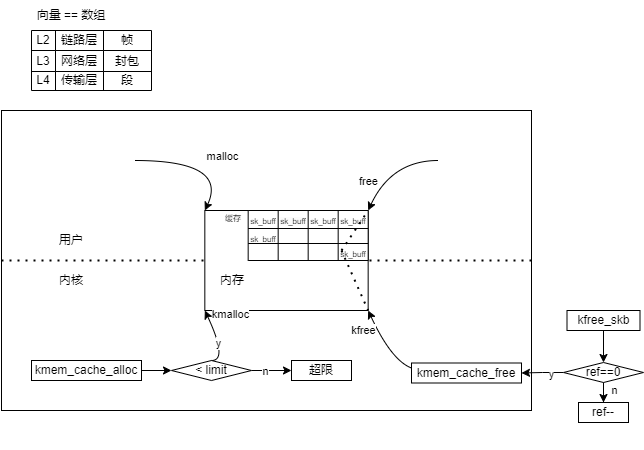
Above: 深入理解Linux网络/简介.drawio.png in nayitian/drawio (draw.io), before the change. Source tidied: cells renumbered, new cells last; positions are measured from the earlier drawing's top-left corner, leaving out a move shared by most shapes.
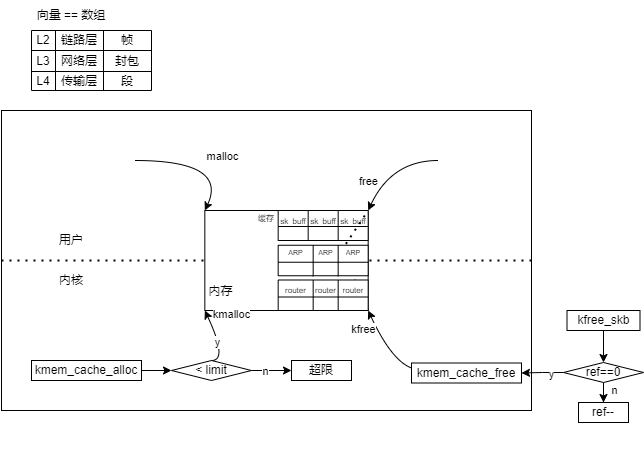
Later version of the same file.

The edit, as a diff of the source:
```diff
@@ -119,58 +119,37 @@
       </mxGeometry>
     </mxCell>
     <mxCell id="31" style="shape=table;startSize=0;" parent="16" vertex="1">
-      <mxGeometry x="206.7" y="100" width="120" height="50" as="geometry" />
+      <mxGeometry x="236.7" y="100" width="90" height="30" as="geometry" />
     </mxCell>
     <mxCell id="32" style="shape=tableRow;horizontal=0;startSize=0;swimlaneHead=0;swimlaneBody=0;strokeColor=inherit;top=0;left=0;bottom=0;right=0;fillColor=none;" parent="31" vertex="1">
-      <mxGeometry width="120" height="18" as="geometry" />
+      <mxGeometry width="90" height="16" as="geometry" />
     </mxCell>
     <mxCell id="33" value="&lt;span style=&quot;font-size: 8px;&quot;&gt;sk_buff&lt;/span&gt;" style="shape=partialRectangle;html=1;whiteSpace=wrap;strokeColor=inherit;overflow=hidden;fillColor=none;top=0;left=0;bottom=0;right=0;" parent="32" vertex="1">
-      <mxGeometry width="30" height="18" as="geometry" />
+      <mxGeometry width="30" height="16" as="geometry" />
     </mxCell>
     <mxCell id="34" value="&lt;span style=&quot;color: rgb(0, 0, 0); font-family: Helvetica; font-size: 8px; font-style: normal; font-variant-ligatures: normal; font-variant-caps: normal; font-weight: 400; letter-spacing: normal; orphans: 2; text-align: center; text-indent: 0px; text-transform: none; widows: 2; word-spacing: 0px; -webkit-text-stroke-width: 0px; white-space: normal; background-color: rgb(251, 251, 251); text-decoration-thickness: initial; text-decoration-style: initial; text-decoration-color: initial; display: inline !important; float: none;&quot;&gt;sk_buff&lt;/span&gt;" style="shape=partialRectangle;html=1;whiteSpace=wrap;strokeColor=inherit;overflow=hidden;fillColor=none;top=0;left=0;bottom=0;right=0;" parent="32" vertex="1">
-      <mxGeometry x="30" width="30" height="18" as="geometry" />
+      <mxGeometry x="30" width="30" height="16" as="geometry" />
     </mxCell>
     <mxCell id="35" value="&lt;span style=&quot;font-size: 8px;&quot;&gt;sk_buff&lt;/span&gt;" style="shape=partialRectangle;html=1;whiteSpace=wrap;strokeColor=inherit;overflow=hidden;fillColor=none;top=0;left=0;bottom=0;right=0;" parent="32" vertex="1">
-      <mxGeometry x="60" width="30" height="18" as="geometry" />
+      <mxGeometry x="60" width="30" height="16" as="geometry" />
     </mxCell>
-    <mxCell id="36" value="&lt;span style=&quot;font-size: 8px;&quot;&gt;sk_buff&lt;/span&gt;" style="shape=partialRectangle;html=1;whiteSpace=wrap;strokeColor=inherit;overflow=hidden;fillColor=none;top=0;left=0;bottom=0;right=0;" parent="32" vertex="1">
-      <mxGeometry x="90" width="30" height="18" as="geometry" />
-    </mxCell>
     <mxCell id="37" style="shape=tableRow;horizontal=0;startSize=0;swimlaneHead=0;swimlaneBody=0;strokeColor=inherit;top=0;left=0;bottom=0;right=0;fillColor=none;" parent="31" vertex="1">
-      <mxGeometry y="18" width="120" height="15" as="geometry" />
+      <mxGeometry y="16" width="90" height="14" as="geometry" />
     </mxCell>
-    <mxCell id="38" value="&lt;span style=&quot;font-size: 8px;&quot;&gt;sk_buff&lt;/span&gt;" style="shape=partialRectangle;html=1;whiteSpace=wrap;strokeColor=inherit;overflow=hidden;fillColor=none;top=0;left=0;bottom=0;right=0;" parent="37" vertex="1">
-      <mxGeometry width="30" height="15" as="geometry" />
+    <mxCell id="38" style="shape=partialRectangle;html=1;whiteSpace=wrap;strokeColor=inherit;overflow=hidden;fillColor=none;top=0;left=0;bottom=0;right=0;" parent="37" vertex="1">
+      <mxGeometry width="30" height="14" as="geometry" />
     </mxCell>
     <mxCell id="39" style="shape=partialRectangle;html=1;whiteSpace=wrap;strokeColor=inherit;overflow=hidden;fillColor=none;top=0;left=0;bottom=0;right=0;" parent="37" vertex="1">
-      <mxGeometry x="30" width="30" height="15" as="geometry" />
+      <mxGeometry x="30" width="30" height="14" as="geometry" />
     </mxCell>
     <mxCell id="40" style="shape=partialRectangle;html=1;whiteSpace=wrap;strokeColor=inherit;overflow=hidden;fillColor=none;top=0;left=0;bottom=0;right=0;" parent="37" vertex="1">
-      <mxGeometry x="60" width="30" height="15" as="geometry" />
+      <mxGeometry x="60" width="30" height="14" as="geometry" />
     </mxCell>
-    <mxCell id="41" style="shape=partialRectangle;html=1;whiteSpace=wrap;strokeColor=inherit;overflow=hidden;fillColor=none;top=0;left=0;bottom=0;right=0;" parent="37" vertex="1">
-      <mxGeometry x="90" width="30" height="15" as="geometry" />
-    </mxCell>
-    <mxCell id="42" style="shape=tableRow;horizontal=0;startSize=0;swimlaneHead=0;swimlaneBody=0;strokeColor=inherit;top=0;left=0;bottom=0;right=0;fillColor=none;" parent="31" vertex="1">
-      <mxGeometry y="33" width="120" height="17" as="geometry" />
-    </mxCell>
-    <mxCell id="43" style="shape=partialRectangle;html=1;whiteSpace=wrap;strokeColor=inherit;overflow=hidden;fillColor=none;top=0;left=0;bottom=0;right=0;" parent="42" vertex="1">
-      <mxGeometry width="30" height="17" as="geometry" />
-    </mxCell>
-    <mxCell id="44" style="shape=partialRectangle;html=1;whiteSpace=wrap;strokeColor=inherit;overflow=hidden;fillColor=none;top=0;left=0;bottom=0;right=0;" parent="42" vertex="1">
-      <mxGeometry x="30" width="30" height="17" as="geometry" />
-    </mxCell>
-    <mxCell id="45" style="shape=partialRectangle;html=1;whiteSpace=wrap;strokeColor=inherit;overflow=hidden;fillColor=none;top=0;left=0;bottom=0;right=0;" parent="42" vertex="1">
-      <mxGeometry x="60" width="30" height="17" as="geometry" />
-    </mxCell>
-    <mxCell id="46" value="&lt;span style=&quot;font-size: 8px;&quot;&gt;sk_buff&lt;/span&gt;" style="shape=partialRectangle;html=1;whiteSpace=wrap;strokeColor=inherit;overflow=hidden;fillColor=none;top=0;left=0;bottom=0;right=0;" parent="42" vertex="1">
-      <mxGeometry x="90" width="30" height="17" as="geometry" />
-    </mxCell>
     <mxCell id="47" value="内存" style="text;html=1;align=center;verticalAlign=middle;whiteSpace=wrap;rounded=0;" parent="16" vertex="1">
-      <mxGeometry x="121.3" y="132.5" width="140" height="75" as="geometry" />
+      <mxGeometry x="163.3" y="172.5" width="32.7" height="17.5" as="geometry" />
     </mxCell>
     <mxCell id="48" value="缓存" style="text;html=1;align=center;verticalAlign=middle;whiteSpace=wrap;rounded=0;fontSize=8;" parent="16" vertex="1">
-      <mxGeometry x="176.7" y="100" width="30" height="15" as="geometry" />
+      <mxGeometry x="210" y="100" width="30" height="15" as="geometry" />
     </mxCell>
     <mxCell id="49" style="endArrow=none;dashed=1;html=1;dashPattern=1 3;strokeWidth=2;rounded=0;entryX=1;entryY=1;entryDx=0;entryDy=0;" parent="16" edge="1" target="21">
       <mxGeometry relative="1" as="geometry">
@@ -203,6 +182,60 @@
     <mxCell id="57" value="超限" style="rounded=0;whiteSpace=wrap;html=1;" parent="16" vertex="1">
       <mxGeometry x="250" y="250" width="60" height="20" as="geometry" />
     </mxCell>
+    <mxCell id="66" style="shape=table;startSize=0;" parent="16" vertex="1">
+      <mxGeometry x="236.7" y="134.8" width="90" height="30.5" as="geometry" />
+    </mxCell>
+    <mxCell id="67" style="shape=tableRow;horizontal=0;startSize=0;swimlaneHead=0;swimlaneBody=0;strokeColor=inherit;top=0;left=0;bottom=0;right=0;fillColor=none;" parent="66" vertex="1">
+      <mxGeometry width="90" height="17" as="geometry" />
+    </mxCell>
+    <mxCell id="68" value="&lt;span style=&quot;font-size: 7px;&quot;&gt;ARP&lt;/span&gt;" style="shape=partialRectangle;html=1;whiteSpace=wrap;strokeColor=inherit;overflow=hidden;fillColor=none;top=0;left=0;bottom=0;right=0;fontSize=7;" parent="67" vertex="1">
+      <mxGeometry width="35" height="17" as="geometry" />
+    </mxCell>
+    <mxCell id="69" value="&lt;span style=&quot;font-size: 7px;&quot;&gt;ARP&lt;/span&gt;" style="shape=partialRectangle;html=1;whiteSpace=wrap;strokeColor=inherit;overflow=hidden;fillColor=none;top=0;left=0;bottom=0;right=0;fontSize=7;" parent="67" vertex="1">
+      <mxGeometry x="35" width="25" height="17" as="geometry" />
+    </mxCell>
+    <mxCell id="70" value="&lt;span style=&quot;font-size: 7px;&quot;&gt;ARP&lt;/span&gt;" style="shape=partialRectangle;html=1;whiteSpace=wrap;strokeColor=inherit;overflow=hidden;fillColor=none;top=0;left=0;bottom=0;right=0;fontSize=7;" parent="67" vertex="1">
+      <mxGeometry x="60" width="30" height="17" as="geometry" />
+    </mxCell>
+    <mxCell id="71" style="shape=tableRow;horizontal=0;startSize=0;swimlaneHead=0;swimlaneBody=0;strokeColor=inherit;top=0;left=0;bottom=0;right=0;fillColor=none;" parent="66" vertex="1">
+      <mxGeometry y="17" width="90" height="14" as="geometry" />
+    </mxCell>
+    <mxCell id="72" style="shape=partialRectangle;html=1;whiteSpace=wrap;strokeColor=inherit;overflow=hidden;fillColor=none;top=0;left=0;bottom=0;right=0;" parent="71" vertex="1">
+      <mxGeometry width="35" height="14" as="geometry" />
+    </mxCell>
+    <mxCell id="73" style="shape=partialRectangle;html=1;whiteSpace=wrap;strokeColor=inherit;overflow=hidden;fillColor=none;top=0;left=0;bottom=0;right=0;" parent="71" vertex="1">
+      <mxGeometry x="35" width="25" height="14" as="geometry" />
+    </mxCell>
+    <mxCell id="74" style="shape=partialRectangle;html=1;whiteSpace=wrap;strokeColor=inherit;overflow=hidden;fillColor=none;top=0;left=0;bottom=0;right=0;" parent="71" vertex="1">
+      <mxGeometry x="60" width="30" height="14" as="geometry" />
+    </mxCell>
+    <mxCell id="75" style="shape=table;startSize=0;" parent="16" vertex="1">
+      <mxGeometry x="236.7" y="169.5" width="90" height="30.5" as="geometry" />
+    </mxCell>
+    <mxCell id="76" style="shape=tableRow;horizontal=0;startSize=0;swimlaneHead=0;swimlaneBody=0;strokeColor=inherit;top=0;left=0;bottom=0;right=0;fillColor=none;" parent="75" vertex="1">
+      <mxGeometry width="90" height="17" as="geometry" />
+    </mxCell>
+    <mxCell id="77" value="&lt;span style=&quot;font-size: 8px;&quot;&gt;router&lt;/span&gt;" style="shape=partialRectangle;html=1;whiteSpace=wrap;strokeColor=inherit;overflow=hidden;fillColor=none;top=0;left=0;bottom=0;right=0;" parent="76" vertex="1">
+      <mxGeometry width="35" height="17" as="geometry" />
+    </mxCell>
+    <mxCell id="78" value="&lt;span style=&quot;font-size: 8px;&quot;&gt;router&lt;/span&gt;" style="shape=partialRectangle;html=1;whiteSpace=wrap;strokeColor=inherit;overflow=hidden;fillColor=none;top=0;left=0;bottom=0;right=0;" parent="76" vertex="1">
+      <mxGeometry x="35" width="25" height="17" as="geometry" />
+    </mxCell>
+    <mxCell id="79" value="&lt;span style=&quot;font-size: 8px;&quot;&gt;router&lt;/span&gt;" style="shape=partialRectangle;html=1;whiteSpace=wrap;strokeColor=inherit;overflow=hidden;fillColor=none;top=0;left=0;bottom=0;right=0;" parent="76" vertex="1">
+      <mxGeometry x="60" width="30" height="17" as="geometry" />
+    </mxCell>
+    <mxCell id="80" style="shape=tableRow;horizontal=0;startSize=0;swimlaneHead=0;swimlaneBody=0;strokeColor=inherit;top=0;left=0;bottom=0;right=0;fillColor=none;" parent="75" vertex="1">
+      <mxGeometry y="17" width="90" height="14" as="geometry" />
+    </mxCell>
+    <mxCell id="81" style="shape=partialRectangle;html=1;whiteSpace=wrap;strokeColor=inherit;overflow=hidden;fillColor=none;top=0;left=0;bottom=0;right=0;" parent="80" vertex="1">
+      <mxGeometry width="35" height="14" as="geometry" />
+    </mxCell>
+    <mxCell id="82" style="shape=partialRectangle;html=1;whiteSpace=wrap;strokeColor=inherit;overflow=hidden;fillColor=none;top=0;left=0;bottom=0;right=0;" parent="80" vertex="1">
+      <mxGeometry x="35" width="25" height="14" as="geometry" />
+    </mxCell>
+    <mxCell id="83" style="shape=partialRectangle;html=1;whiteSpace=wrap;strokeColor=inherit;overflow=hidden;fillColor=none;top=0;left=0;bottom=0;right=0;" parent="80" vertex="1">
+      <mxGeometry x="60" width="30" height="14" as="geometry" />
+    </mxCell>
     <mxCell id="58" value="ref--" style="rounded=0;whiteSpace=wrap;html=1;" parent="1" vertex="1">
       <mxGeometry x="577" y="402" width="50" height="20" as="geometry" />
     </mxCell>
```
